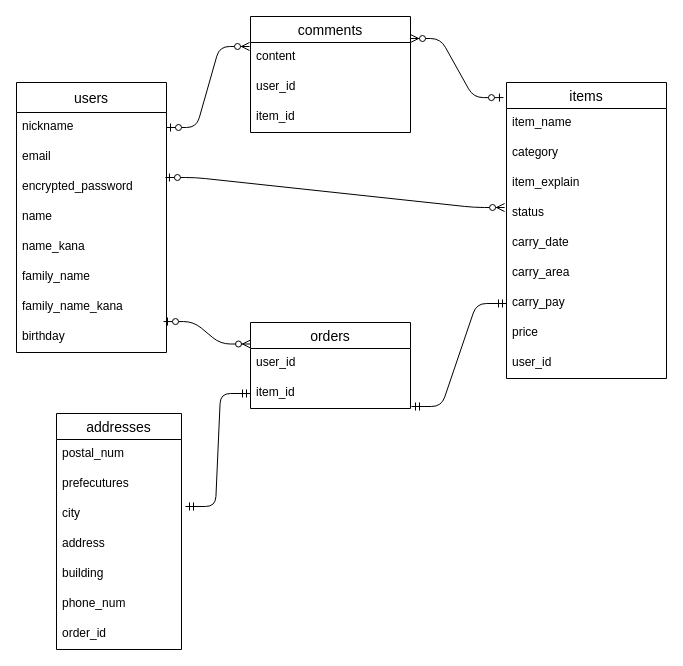
Above: furima.dio in Kagiya-masahumi/furima-34262 (draw.io), before the change. Source tidied: cells renumbered, new cells numbered last; positions are measured from the earlier drawing's top-left corner, leaving out a move shared by most shapes. Both pictures are drawn from the tidied source at 100%, with x=0, y=0 at pixel (16, 16).
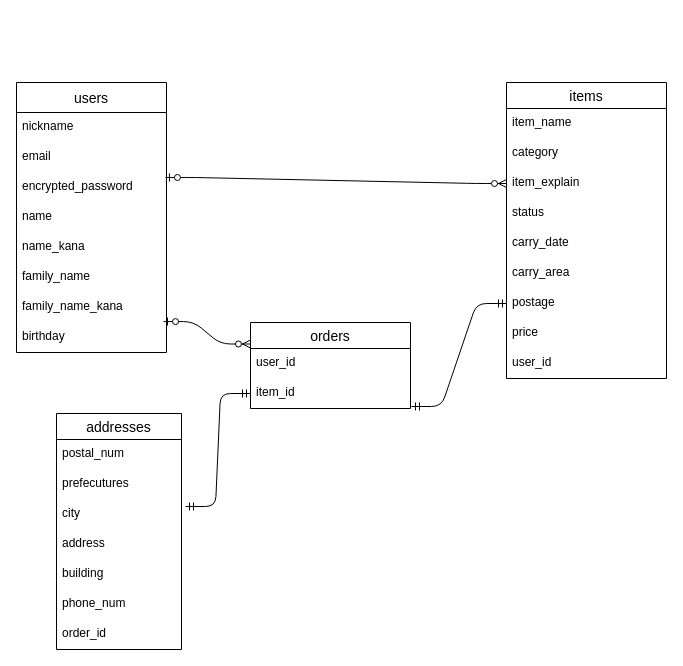
After the change.

Commit message (it also covers changes not shown here):
DB設計　修正④

Unchanged cells that the change refers to:
```xml
<mxCell id="3" value="nickname&#10;" style="text;strokeColor=none;fillColor=none;spacingLeft=4;spacingRight=4;overflow=hidden;points=[[0,0.5],[1,0.5]];portConstraint=eastwest;fontSize=12;" parent="2" vertex="1">
  <mxGeometry y="30" width="150" height="30" as="geometry" />
</mxCell>
<mxCell id="5" value="encrypted_password" style="text;strokeColor=none;fillColor=none;spacingLeft=4;spacingRight=4;overflow=hidden;points=[[0,0.5],[1,0.5]];portConstraint=eastwest;fontSize=12;" parent="2" vertex="1">
  <mxGeometry y="90" width="150" height="30" as="geometry" />
</mxCell>
<mxCell id="11" value="items" style="swimlane;fontStyle=0;horizontal=1;startSize=26;align=center;fontSize=14;" parent="1" vertex="1">
  <mxGeometry x="490" y="66" width="160" height="296" as="geometry" />
</mxCell>
<mxCell id="14" value="item_explain" style="text;strokeColor=none;fillColor=none;spacingLeft=4;spacingRight=4;overflow=hidden;points=[[0,0.5],[1,0.5]];portConstraint=eastwest;fontSize=12;" parent="11" vertex="1">
  <mxGeometry y="86" width="160" height="30" as="geometry" />
</mxCell>
<mxCell id="15" value="status" style="text;strokeColor=none;fillColor=none;spacingLeft=4;spacingRight=4;overflow=hidden;points=[[0,0.5],[1,0.5]];portConstraint=eastwest;fontSize=12;" parent="11" vertex="1">
  <mxGeometry y="116" width="160" height="30" as="geometry" />
</mxCell>
```

Diff of the diagram source:
```diff
@@
-    <mxCell id="18" value="carry_pay" style="text;strokeColor=none;fillColor=none;spacingLeft=4;spacingRight=4;overflow=hidden;points=[[0,0.5],[1,0.5]];portConstraint=eastwest;fontSize=12;" parent="11" vertex="1">
+    <mxCell id="18" value="postage" style="text;strokeColor=none;fillColor=none;spacingLeft=4;spacingRight=4;overflow=hidden;points=[[0,0.5],[1,0.5]];portConstraint=eastwest;fontSize=12;" parent="11" vertex="1">
       <mxGeometry y="206" width="160" height="30" as="geometry" />
     </mxCell>
@@
-    <mxCell id="24" value="comments" style="swimlane;fontStyle=0;horizontal=1;startSize=26;align=center;fontSize=14;" parent="1" vertex="1">
-      <mxGeometry x="234" width="160" height="116" as="geometry" />
-    </mxCell>
-    <mxCell id="25" value="content" style="text;strokeColor=none;fillColor=none;spacingLeft=4;spacingRight=4;overflow=hidden;points=[[0,0.5],[1,0.5]];portConstraint=eastwest;fontSize=12;" parent="24" vertex="1">
-      <mxGeometry y="26" width="160" height="30" as="geometry" />
-    </mxCell>
-    <mxCell id="26" value="user_id" style="text;strokeColor=none;fillColor=none;spacingLeft=4;spacingRight=4;overflow=hidden;fontSize=12;" parent="24" vertex="1">
-      <mxGeometry y="56" width="160" height="30" as="geometry" />
-    </mxCell>
-    <mxCell id="27" value="item_id" style="text;strokeColor=none;fillColor=none;spacingLeft=4;spacingRight=4;overflow=hidden;fontSize=12;" parent="24" vertex="1">
-      <mxGeometry y="86" width="160" height="30" as="geometry" />
-    </mxCell>
-    <mxCell id="28" style="edgeStyle=entityRelationEdgeStyle;fontSize=12;html=1;endArrow=ERzeroToMany;startArrow=ERzeroToOne;exitX=-0.019;exitY=0.051;exitDx=0;exitDy=0;exitPerimeter=0;entryX=1;entryY=-0.133;entryDx=0;entryDy=0;entryPerimeter=0;" parent="1" edge="1" source="11" target="25">
-      <mxGeometry relative="1" as="geometry" />
-    </mxCell>
@@
-    <mxCell id="38" style="edgeStyle=entityRelationEdgeStyle;fontSize=12;html=1;endArrow=ERzeroToMany;startArrow=ERzeroToOne;exitX=0.993;exitY=0.167;exitDx=0;exitDy=0;exitPerimeter=0;entryX=-0.012;entryY=0.3;entryDx=0;entryDy=0;entryPerimeter=0;" parent="1" edge="1" source="5" target="15">
+    <mxCell id="38" style="edgeStyle=entityRelationEdgeStyle;fontSize=12;html=1;endArrow=ERzeroToMany;startArrow=ERzeroToOne;exitX=0.993;exitY=0.167;exitDx=0;exitDy=0;exitPerimeter=0;entryX=0;entryY=0.5;entryDx=0;entryDy=0;" parent="1" edge="1" source="5" target="14">
       <mxGeometry relative="1" as="geometry" />
     </mxCell>
@@
-    <mxCell id="41" style="edgeStyle=entityRelationEdgeStyle;fontSize=12;html=1;endArrow=ERzeroToMany;startArrow=ERzeroToOne;entryX=-0.006;entryY=0.133;entryDx=0;entryDy=0;entryPerimeter=0;exitX=1;exitY=0.5;exitDx=0;exitDy=0;" parent="1" edge="1" source="3" target="25">
-      <mxGeometry relative="1" as="geometry" />
-    </mxCell>
```
